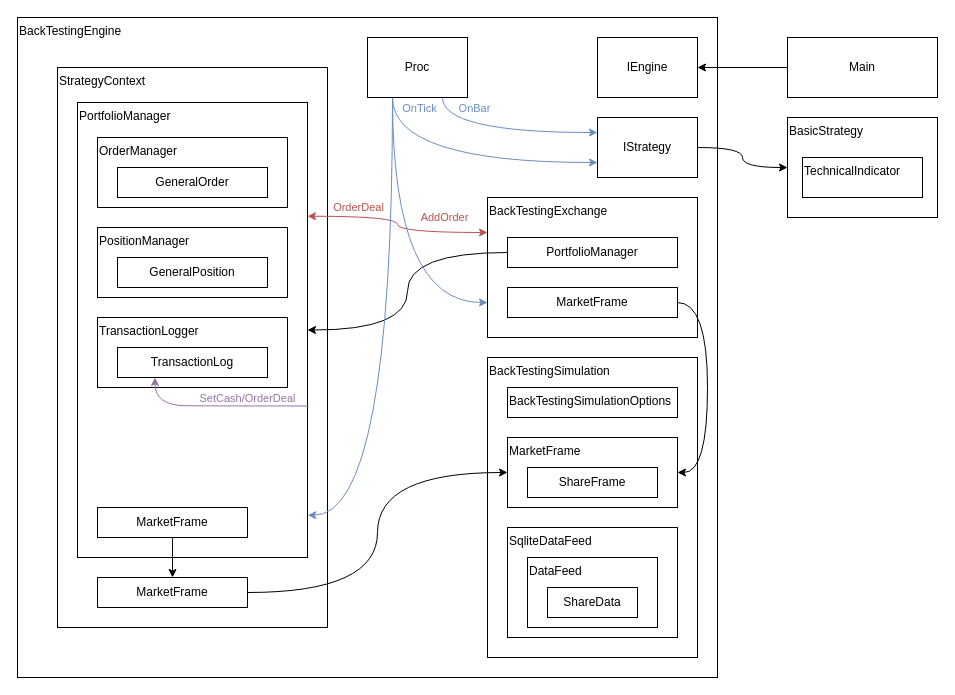
Before: CarrotBacktesting.Net/CarrotBacktesting.Net.Diagram.drawio in CRThu/CarrotQuant.Net, a draw.io diagram. Source tidied: cells renumbered, new cells numbered last; positions are measured from the earlier drawing's top-left corner, leaving out a move shared by most shapes. Both pictures are drawn from the tidied source at 100%, with x=0, y=0 at pixel (17, 17).
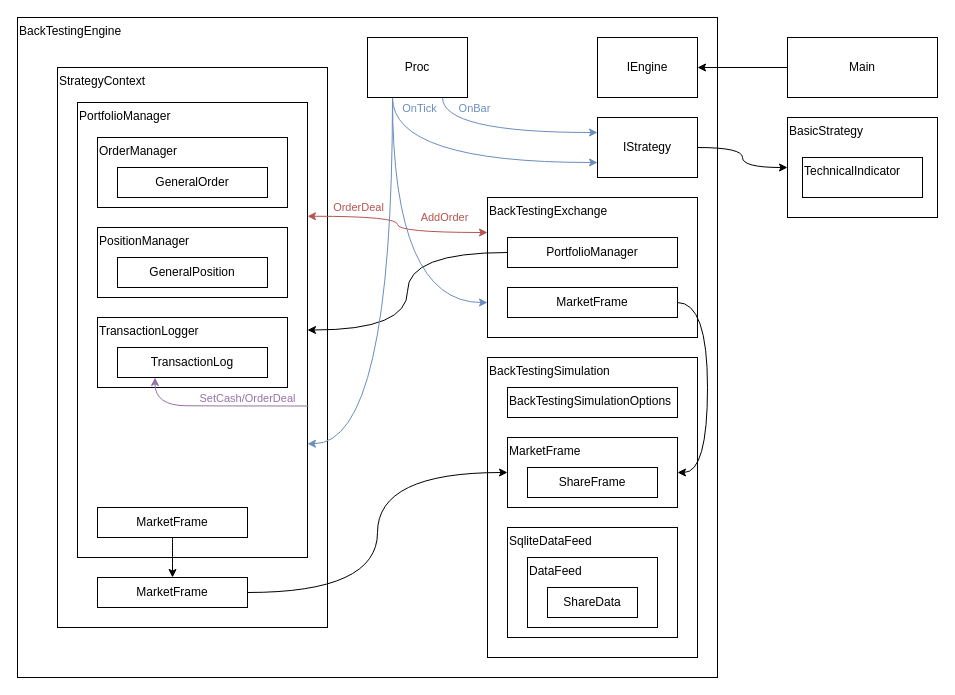
The same diagram, later.

Unchanged cells that the change refers to:
```xml
<mxCell id="13" value="PortfolioManager" style="rounded=0;whiteSpace=wrap;html=1;fillColor=none;align=left;verticalAlign=top;" parent="1" vertex="1">
  <mxGeometry x="60" y="85" width="230" height="455" as="geometry" />
</mxCell>
<mxCell id="37" value="Proc" style="rounded=0;whiteSpace=wrap;html=1;fillColor=none;align=center;verticalAlign=middle;" parent="1" vertex="1">
  <mxGeometry x="350" y="20" width="100" height="60" as="geometry" />
</mxCell>
```

What changed in the source:
```diff
@@
-    <mxCell id="35" style="edgeStyle=orthogonalEdgeStyle;curved=1;rounded=0;jettySize=auto;html=1;exitX=0.25;exitY=1;exitDx=0;exitDy=0;entryX=1.001;entryY=0.907;entryDx=0;entryDy=0;fontColor=#3399FF;elbow=vertical;fillColor=#dae8fc;strokeColor=#6c8ebf;entryPerimeter=0;" parent="1" edge="1" source="37" target="13">
+    <mxCell id="35" style="edgeStyle=orthogonalEdgeStyle;curved=1;rounded=0;jettySize=auto;html=1;exitX=0.25;exitY=1;exitDx=0;exitDy=0;entryX=1;entryY=0.75;entryDx=0;entryDy=0;fontColor=#3399FF;elbow=vertical;fillColor=#dae8fc;strokeColor=#6c8ebf;" parent="1" edge="1" source="37" target="13">
       <mxGeometry relative="1" as="geometry" />
     </mxCell>
```
